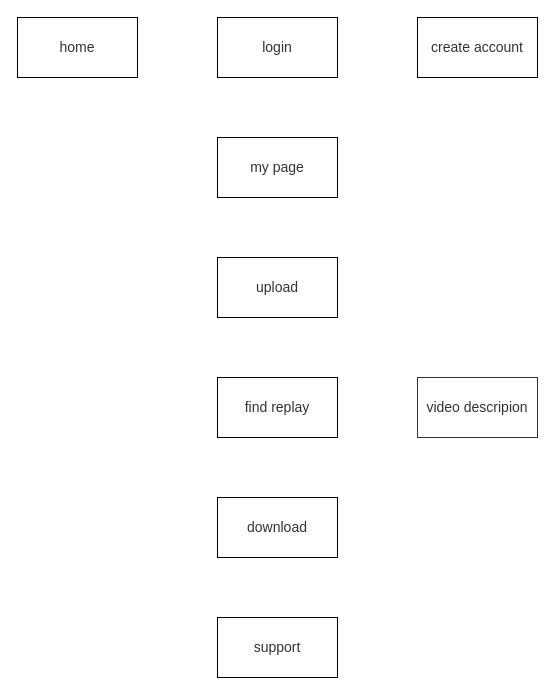
Earlier version of the draw.io diagram page "Page-3" (3 of 3) of Untitled Diagram.drawio (tforce7171/replay_-to_video). Source tidied: cells renumbered, new cells numbered last; positions are measured from the earlier drawing's top-left corner, leaving out a move shared by most shapes. Both pictures are drawn from the tidied source at 100%, with x=0, y=0 at pixel (17, 17).
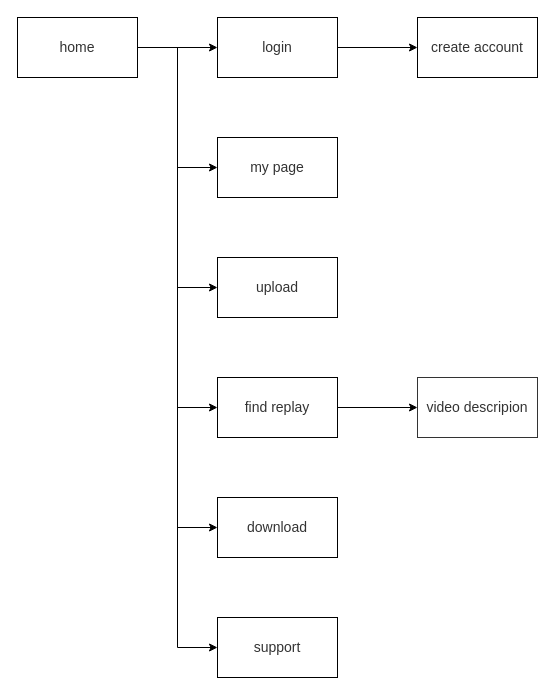
The same page after the edit.

Diff of the diagram source:
```diff
@@
 <mxGraphModel>
   <root>
     <mxCell id="0" />
     <mxCell id="1" parent="0" />
+    <mxCell id="11" style="edgeStyle=orthogonalEdgeStyle;rounded=0;jettySize=auto;html=1;entryX=0;entryY=0.5;entryDx=0;entryDy=0;fontSize=14;fontColor=#333333;" parent="1" edge="1" source="2" target="9">
+      <mxGeometry relative="1" as="geometry" />
+    </mxCell>
+    <mxCell id="12" style="edgeStyle=orthogonalEdgeStyle;rounded=0;jettySize=auto;html=1;entryX=0;entryY=0.5;entryDx=0;entryDy=0;fontSize=14;fontColor=#333333;" parent="1" edge="1" source="2" target="5">
+      <mxGeometry relative="1" as="geometry" />
+    </mxCell>
+    <mxCell id="13" style="edgeStyle=orthogonalEdgeStyle;rounded=0;jettySize=auto;html=1;entryX=0;entryY=0.5;entryDx=0;entryDy=0;fontSize=14;fontColor=#333333;" parent="1" edge="1" source="2" target="6">
+      <mxGeometry relative="1" as="geometry" />
+    </mxCell>
+    <mxCell id="14" style="edgeStyle=orthogonalEdgeStyle;rounded=0;jettySize=auto;html=1;entryX=0;entryY=0.5;entryDx=0;entryDy=0;fontSize=14;fontColor=#333333;" parent="1" edge="1" source="2" target="7">
+      <mxGeometry relative="1" as="geometry" />
+    </mxCell>
+    <mxCell id="15" style="edgeStyle=orthogonalEdgeStyle;rounded=0;jettySize=auto;html=1;entryX=0;entryY=0.5;entryDx=0;entryDy=0;fontSize=14;fontColor=#333333;" parent="1" edge="1" source="2" target="8">
+      <mxGeometry relative="1" as="geometry" />
+    </mxCell>
     <mxCell id="2" value="home" style="rounded=0;whiteSpace=wrap;html=1;fontSize=14;fillColor=none;align=center;fontColor=#333333;" parent="1" vertex="1">
       <mxGeometry width="120" height="60" as="geometry" />
     </mxCell>
+    <mxCell id="16" style="edgeStyle=orthogonalEdgeStyle;rounded=0;jettySize=auto;html=1;fontSize=14;fontColor=#333333;" parent="1" edge="1" source="3" target="4">
+      <mxGeometry relative="1" as="geometry" />
+    </mxCell>
     <mxCell id="3" value="login" style="rounded=0;whiteSpace=wrap;html=1;fontSize=14;fontColor=#333333;fillColor=none;align=center;" parent="1" vertex="1">
       <mxGeometry x="200" width="120" height="60" as="geometry" />
     </mxCell>
     <mxCell id="4" value="create account" style="rounded=0;whiteSpace=wrap;html=1;fontSize=14;fontColor=#333333;fillColor=none;align=center;" parent="1" vertex="1">
       <mxGeometry x="400" width="120" height="60" as="geometry" />
     </mxCell>
     <mxCell id="5" value="upload" style="rounded=0;whiteSpace=wrap;html=1;fontSize=14;fontColor=#333333;fillColor=none;align=center;" parent="1" vertex="1">
       <mxGeometry x="200" y="240" width="120" height="60" as="geometry" />
     </mxCell>
+    <mxCell id="17" style="edgeStyle=orthogonalEdgeStyle;rounded=0;jettySize=auto;html=1;entryX=0;entryY=0.5;entryDx=0;entryDy=0;fontSize=14;fontColor=#333333;" parent="1" edge="1" source="6" target="10">
+      <mxGeometry relative="1" as="geometry" />
+    </mxCell>
     <mxCell id="6" value="find replay" style="rounded=0;whiteSpace=wrap;html=1;fontSize=14;fontColor=#333333;fillColor=none;align=center;" parent="1" vertex="1">
       <mxGeometry x="200" y="360" width="120" height="60" as="geometry" />
     </mxCell>
     <mxCell id="7" value="download" style="rounded=0;whiteSpace=wrap;html=1;fontSize=14;fontColor=#333333;fillColor=none;align=center;" parent="1" vertex="1">
       <mxGeometry x="200" y="480" width="120" height="60" as="geometry" />
     </mxCell>
     <mxCell id="8" value="support" style="rounded=0;whiteSpace=wrap;html=1;fontSize=14;fontColor=#333333;fillColor=none;align=center;" parent="1" vertex="1">
       <mxGeometry x="200" y="600" width="120" height="60" as="geometry" />
     </mxCell>
     <mxCell id="9" value="my page" style="rounded=0;whiteSpace=wrap;html=1;fontSize=14;fontColor=#333333;fillColor=none;align=center;" parent="1" vertex="1">
       <mxGeometry x="200" y="120" width="120" height="60" as="geometry" />
     </mxCell>
     <mxCell id="10" value="video descripion" style="rounded=0;whiteSpace=wrap;html=1;fontSize=14;fontColor=#333333;strokeColor=#333333;fillColor=#FFFFFF;align=center;" parent="1" vertex="1">
       <mxGeometry x="400" y="360" width="120" height="60" as="geometry" />
     </mxCell>
+    <mxCell id="18" style="endArrow=classic;html=1;fontSize=14;fontColor=#333333;exitX=1;exitY=0.5;exitDx=0;exitDy=0;entryX=0;entryY=0.5;entryDx=0;entryDy=0;" parent="1" edge="1" source="2" target="3">
+      <mxGeometry relative="1" as="geometry" />
+    </mxCell>
   </root>
 </mxGraphModel>
```
